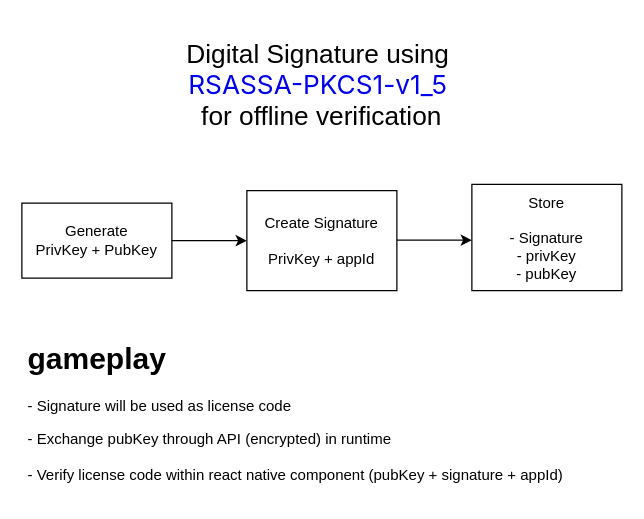
The draw.io diagram page "license generator" (1 of 2) of drawio/rn-licensing.drawio in bobbyecho/rn-licensing, before the edit. Source tidied: cells renumbered, new cells numbered last; positions are measured from the earlier drawing's top-left corner, leaving out a move shared by most shapes. Both pictures are drawn from the tidied source at 125%, with x=0, y=0 at pixel (21, 46).
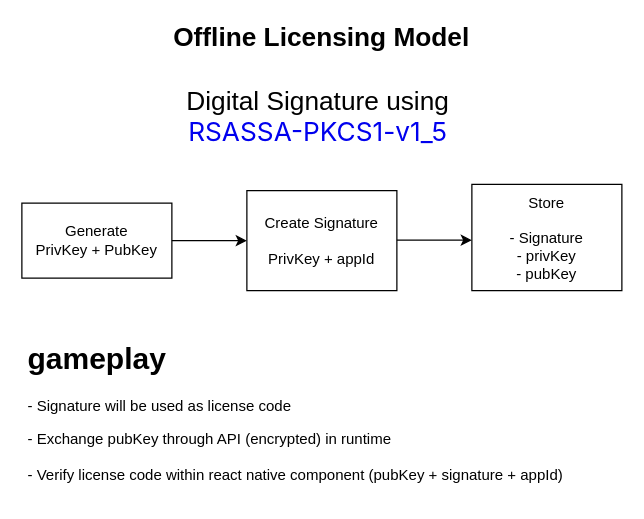
The same page after the edit.

Diff of the diagram source:
```diff
@@
 <mxGraphModel>
   <root>
     <mxCell id="0" />
     <mxCell id="1" parent="0" />
-    <mxCell id="2" value="Digital Signature using&amp;nbsp;&lt;br&gt;&lt;a style=&quot;font-family: Inter, &amp;quot;system-ui&amp;quot;, &amp;quot;Segoe UI&amp;quot;, Roboto, Oxygen, Ubuntu, Cantarell, &amp;quot;Fira Sans&amp;quot;, &amp;quot;Droid Sans&amp;quot;, &amp;quot;Helvetica Neue&amp;quot;, sans-serif; letter-spacing: var(--heading-letter-spacing); text-align: start; box-sizing: border-box; text-decoration-line: none; text-decoration-skip-ink: auto; width: fit-content; font-size: 21px;&quot; href=&quot;https://developer.mozilla.org/en-US/docs/Web/API/SubtleCrypto/verify#rsassa-pkcs1-v1_5&quot;&gt;RSASSA-PKCS1-v1_5&lt;/a&gt;&amp;nbsp;&lt;br&gt;for offline verification" style="text;html=1;strokeColor=none;fillColor=none;align=center;verticalAlign=middle;whiteSpace=wrap;rounded=0;fontSize=21;" parent="1" vertex="1">
+    <mxCell id="2" value="&lt;b&gt;Offline Licensing Model&lt;/b&gt;&lt;br&gt;&lt;br&gt;Digital Signature using&amp;nbsp;&lt;br&gt;&lt;a style=&quot;font-family: Inter, &amp;quot;system-ui&amp;quot;, &amp;quot;Segoe UI&amp;quot;, Roboto, Oxygen, Ubuntu, Cantarell, &amp;quot;Fira Sans&amp;quot;, &amp;quot;Droid Sans&amp;quot;, &amp;quot;Helvetica Neue&amp;quot;, sans-serif; letter-spacing: var(--heading-letter-spacing); text-align: start; box-sizing: border-box; text-decoration-line: none; text-decoration-skip-ink: auto; width: fit-content; font-size: 21px;&quot; href=&quot;https://developer.mozilla.org/en-US/docs/Web/API/SubtleCrypto/verify#rsassa-pkcs1-v1_5&quot;&gt;RSASSA-PKCS1-v1_5&lt;/a&gt;&amp;nbsp;" style="text;html=1;strokeColor=none;fillColor=none;align=center;verticalAlign=middle;whiteSpace=wrap;rounded=0;fontSize=21;" parent="1" vertex="1">
       <mxGeometry x="85" width="310" height="60" as="geometry" />
     </mxCell>
     <mxCell id="3" value="Generate&lt;br&gt;PrivKey + PubKey" style="rounded=0;whiteSpace=wrap;html=1;" parent="1" vertex="1">
       <mxGeometry y="125" width="120" height="60" as="geometry" />
     </mxCell>
     <mxCell id="4" style="endArrow=classic;html=1;rounded=0;" parent="1" edge="1">
       <mxGeometry relative="1" as="geometry">
         <mxPoint x="120" y="155" as="sourcePoint" />
         <mxPoint x="180" y="155" as="targetPoint" />
       </mxGeometry>
     </mxCell>
     <mxCell id="5" value="Create Signature&lt;br&gt;&lt;br&gt;PrivKey + appId" style="rounded=0;whiteSpace=wrap;html=1;" parent="1" vertex="1">
       <mxGeometry x="180" y="115" width="120" height="80" as="geometry" />
     </mxCell>
     <mxCell id="6" style="endArrow=classic;html=1;rounded=0;" parent="1" edge="1">
       <mxGeometry relative="1" as="geometry">
         <mxPoint x="300" y="154.6" as="sourcePoint" />
         <mxPoint x="360" y="154.6" as="targetPoint" />
       </mxGeometry>
     </mxCell>
     <mxCell id="7" value="Store&lt;br&gt;&lt;br&gt;- Signature&lt;br&gt;- privKey&lt;br&gt;- pubKey" style="rounded=0;whiteSpace=wrap;html=1;" parent="1" vertex="1">
       <mxGeometry x="360" y="110" width="120" height="85" as="geometry" />
     </mxCell>
     <mxCell id="8" value="&lt;h1&gt;gameplay&lt;/h1&gt;&lt;p&gt;- Signature will be used as license code&lt;/p&gt;&lt;p&gt;- Exchange pubKey through API (encrypted) in runtime&lt;br&gt;&lt;br&gt;- Verify license code within react native component (pubKey + signature + appId)&lt;/p&gt;" style="text;html=1;strokeColor=none;fillColor=none;spacing=5;spacingTop=-20;whiteSpace=wrap;overflow=hidden;rounded=0;" parent="1" vertex="1">
       <mxGeometry y="230" width="460" height="130" as="geometry" />
     </mxCell>
   </root>
 </mxGraphModel>
```
